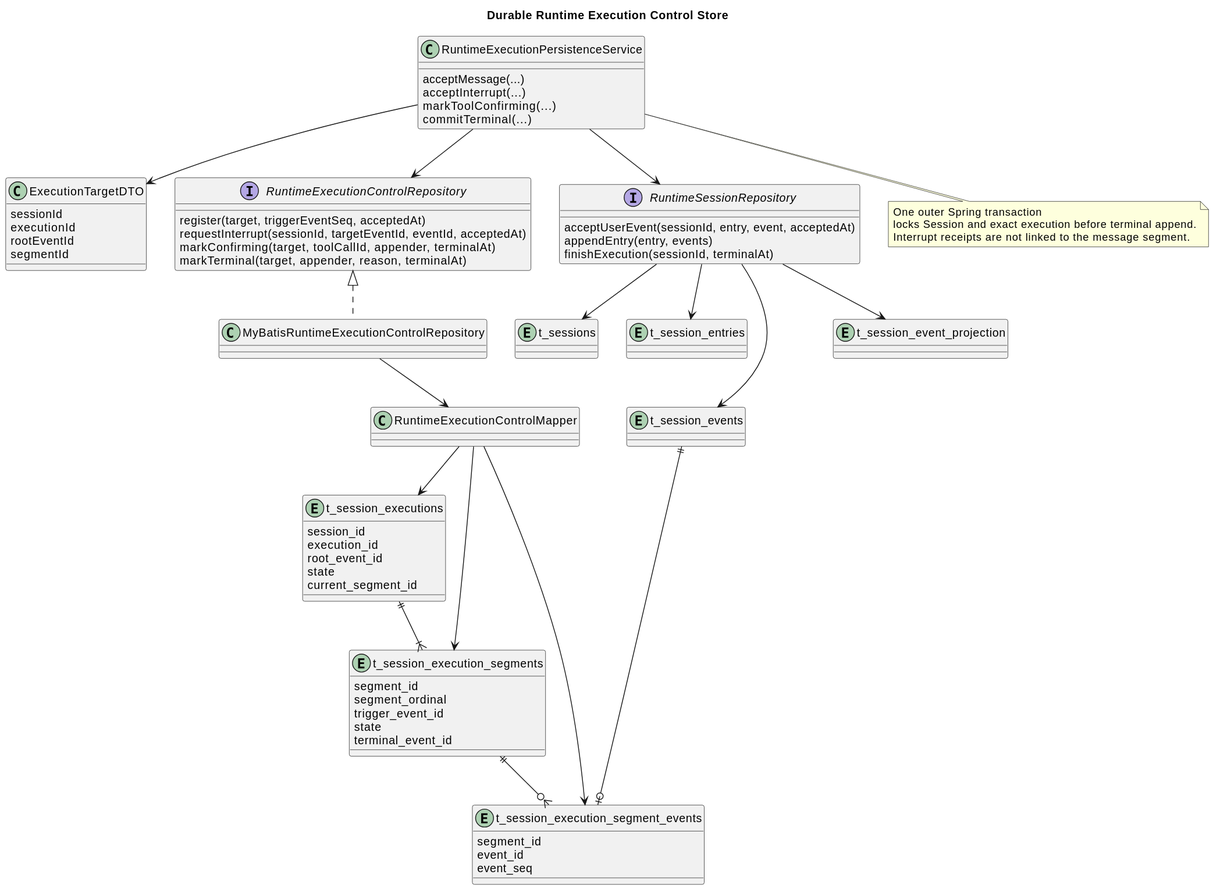
2862282695gjh-afk/pi-mono-java keeps this PlantUML diagram as docs/designs/runtime-execution-control/runtime_execution_control_store.svg. Above is the earlier version.
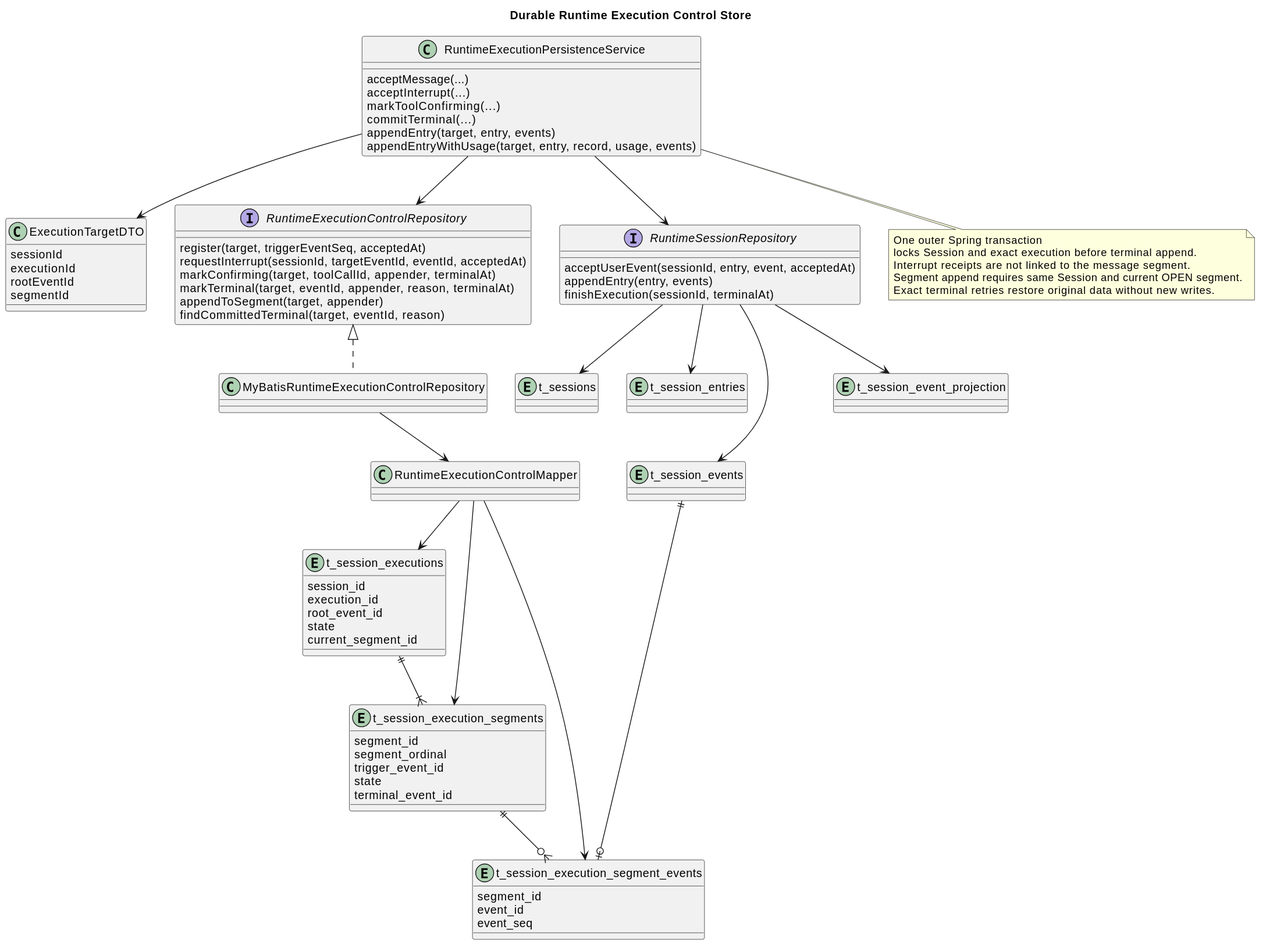
Later version of the same file.

Commit message:
chore(runtime-api): 同步段内事件追加与终态恢复镜像

Diff of the diagram source:
```diff
@@ -5,6 +5,8 @@
   acceptInterrupt(...)
   markToolConfirming(...)
   commitTerminal(...)
+  appendEntry(target, entry, events)
+  appendEntryWithUsage(target, entry, record, usage, events)
 }
 
 class ExecutionTargetDTO {
@@ -18,7 +20,9 @@
   register(target, triggerEventSeq, acceptedAt)
   requestInterrupt(sessionId, targetEventId, eventId, acceptedAt)
   markConfirming(target, toolCallId, appender, terminalAt)
-  markTerminal(target, appender, reason, terminalAt)
+  markTerminal(target, eventId, appender, reason, terminalAt)
+  appendToSegment(target, appender)
+  findCommittedTerminal(target, eventId, reason)
 }
 
 interface RuntimeSessionRepository {
@@ -77,5 +81,7 @@
   One outer Spring transaction
   locks Session and exact execution before terminal append.
   Interrupt receipts are not linked to the message segment.
+  Segment append requires same Session and current OPEN segment.
+  Exact terminal retries restore original data without new writes.
 end note
 @enduml
```
